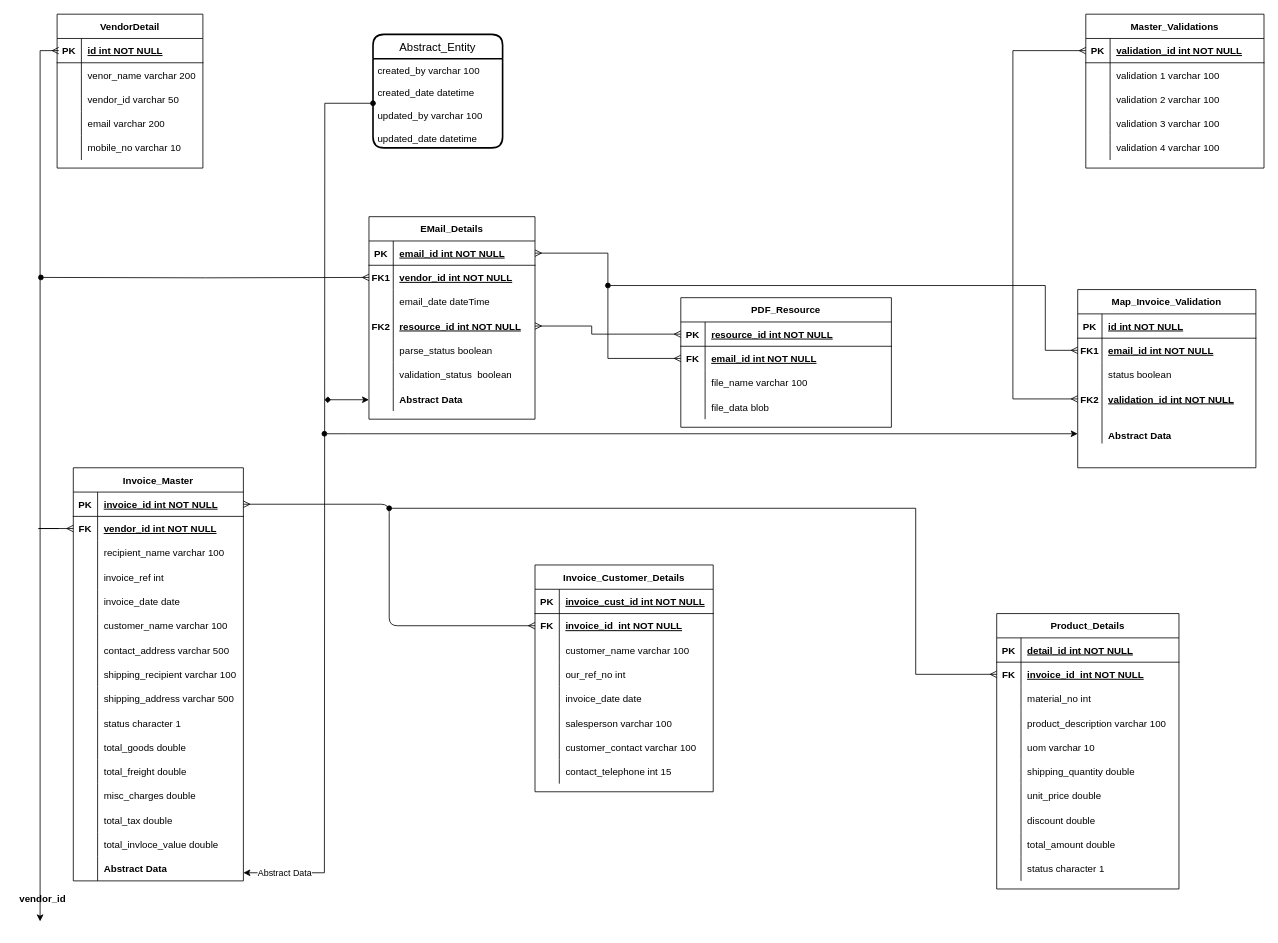
Before: page "Final Parsing Arch" (2 of 3) of Invoice management/Invoice Management Database Architecture.drawio in pratikdimble/Diagram, a draw.io diagram. Source tidied: cells renumbered, new cells numbered last; positions are measured from the earlier drawing's top-left corner, leaving out a move shared by most shapes. Both pictures are drawn from the tidied source at 81%, with x=0, y=0 at pixel (14, 14).
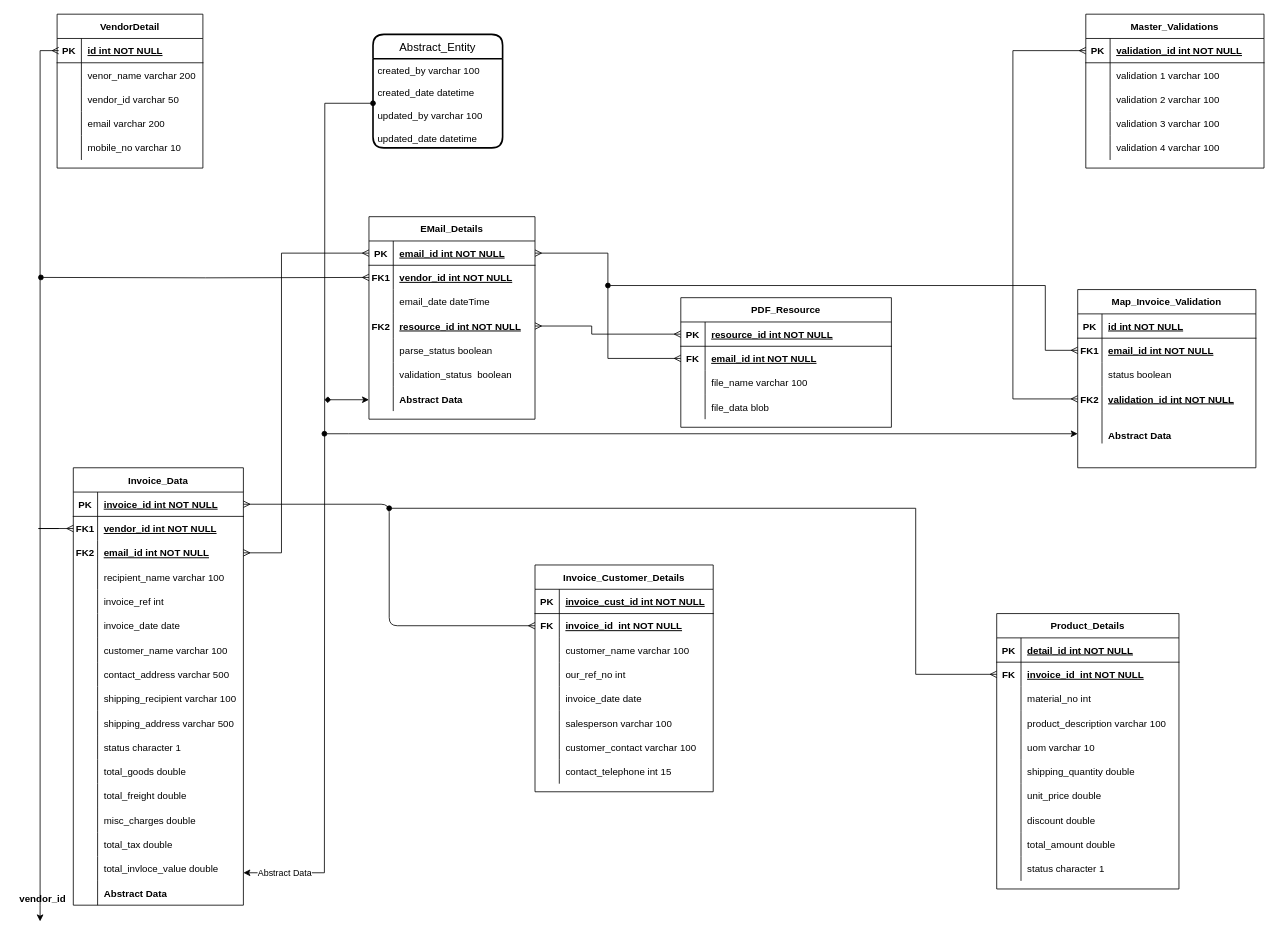
After the change.

Commit message (it also covers changes not shown here):
Added FK to invoice data table

The change refers to these unchanged cells:
```xml
<mxCell id="6" style="shape=partialRectangle;fillColor=none;top=0;left=0;bottom=0;right=0;points=[[0,0.5],[1,0.5]];portConstraint=eastwest;" parent="2" vertex="1">
  <mxGeometry y="60" width="210" height="30" as="geometry" />
</mxCell>
<mxCell id="140" style="shape=partialRectangle;fillColor=none;top=0;left=0;bottom=1;right=0;points=[[0,0.5],[1,0.5]];portConstraint=eastwest;" parent="139" vertex="1">
  <mxGeometry y="30" width="205" height="30" as="geometry" />
</mxCell>
```

Diff of the diagram source:
```diff
@@
-    <mxCell id="2" value="Invoice_Master" style="shape=table;startSize=30;childLayout=tableLayout;rowLines=0;fontStyle=1;align=center;" parent="1" vertex="1">
-      <mxGeometry x="73" y="560" width="210" height="510" as="geometry" />
+    <mxCell id="2" value="Invoice_Data" style="shape=table;startSize=30;childLayout=tableLayout;rowLines=0;fontStyle=1;align=center;" parent="1" vertex="1">
+      <mxGeometry x="73" y="560" width="210" height="540" as="geometry" />
     </mxCell>
@@
-    <mxCell id="7" value="FK" style="shape=partialRectangle;fillColor=none;top=0;left=0;bottom=0;right=0;fontStyle=1;overflow=hidden;" parent="6" vertex="1">
+    <mxCell id="7" value="FK1" style="shape=partialRectangle;fillColor=none;top=0;left=0;bottom=0;right=0;fontStyle=1;overflow=hidden;" parent="6" vertex="1">
       <mxGeometry width="30" height="30" as="geometry" />
     </mxCell>
@@
+    <mxCell id="207" style="shape=partialRectangle;fillColor=none;top=0;left=0;bottom=0;right=0;points=[[0,0.5],[1,0.5]];portConstraint=eastwest;" parent="2" vertex="1">
+      <mxGeometry y="90" width="210" height="30" as="geometry" />
+    </mxCell>
+    <mxCell id="208" value="FK2" style="shape=partialRectangle;fillColor=none;top=0;left=0;bottom=0;right=0;fontStyle=1;overflow=hidden;" parent="207" vertex="1">
+      <mxGeometry width="30" height="30" as="geometry" />
+    </mxCell>
+    <mxCell id="209" value="email_id int NOT NULL" style="shape=partialRectangle;fillColor=none;top=0;left=0;bottom=0;right=0;align=left;spacingLeft=6;fontStyle=5;overflow=hidden;" parent="207" vertex="1">
+      <mxGeometry x="30" width="180" height="30" as="geometry" />
+    </mxCell>
     <mxCell id="9" style="shape=partialRectangle;fillColor=none;top=0;left=0;bottom=0;right=0;" parent="2" vertex="1">
-      <mxGeometry y="90" width="210" height="30" as="geometry" />
+      <mxGeometry y="120" width="210" height="30" as="geometry" />
     </mxCell>
@@
     <mxCell id="12" style="shape=partialRectangle;fillColor=none;top=0;left=0;bottom=0;right=0;" parent="2" vertex="1">
-      <mxGeometry y="120" width="210" height="30" as="geometry" />
+      <mxGeometry y="150" width="210" height="30" as="geometry" />
     </mxCell>
@@
     <mxCell id="15" style="shape=partialRectangle;fillColor=none;top=0;left=0;bottom=0;right=0;" parent="2" vertex="1">
-      <mxGeometry y="150" width="210" height="30" as="geometry" />
+      <mxGeometry y="180" width="210" height="30" as="geometry" />
     </mxCell>
@@
     <mxCell id="18" style="shape=partialRectangle;fillColor=none;top=0;left=0;bottom=0;right=0;" parent="2" vertex="1">
-      <mxGeometry y="180" width="210" height="30" as="geometry" />
+      <mxGeometry y="210" width="210" height="30" as="geometry" />
     </mxCell>
@@
     <mxCell id="21" style="shape=partialRectangle;fillColor=none;top=0;left=0;bottom=0;right=0;" parent="2" vertex="1">
-      <mxGeometry y="210" width="210" height="30" as="geometry" />
+      <mxGeometry y="240" width="210" height="30" as="geometry" />
     </mxCell>
@@
     <mxCell id="24" style="shape=partialRectangle;fillColor=none;top=0;left=0;bottom=0;right=0;" parent="2" vertex="1">
-      <mxGeometry y="240" width="210" height="30" as="geometry" />
+      <mxGeometry y="270" width="210" height="30" as="geometry" />
     </mxCell>
@@
     <mxCell id="27" style="shape=partialRectangle;fillColor=none;top=0;left=0;bottom=0;right=0;" parent="2" vertex="1">
-      <mxGeometry y="270" width="210" height="30" as="geometry" />
+      <mxGeometry y="300" width="210" height="30" as="geometry" />
     </mxCell>
@@
     <mxCell id="30" style="shape=partialRectangle;fillColor=none;top=0;left=0;bottom=0;right=0;" parent="2" vertex="1">
-      <mxGeometry y="300" width="210" height="30" as="geometry" />
+      <mxGeometry y="330" width="210" height="30" as="geometry" />
     </mxCell>
@@
     <mxCell id="33" style="shape=partialRectangle;fillColor=none;top=0;left=0;bottom=0;right=0;" parent="2" vertex="1">
-      <mxGeometry y="330" width="210" height="30" as="geometry" />
+      <mxGeometry y="360" width="210" height="30" as="geometry" />
     </mxCell>
@@
     <mxCell id="36" style="shape=partialRectangle;fillColor=none;top=0;left=0;bottom=0;right=0;" parent="2" vertex="1">
-      <mxGeometry y="360" width="210" height="30" as="geometry" />
+      <mxGeometry y="390" width="210" height="30" as="geometry" />
     </mxCell>
@@
     <mxCell id="39" style="shape=partialRectangle;fillColor=none;top=0;left=0;bottom=0;right=0;" parent="2" vertex="1">
-      <mxGeometry y="390" width="210" height="30" as="geometry" />
+      <mxGeometry y="420" width="210" height="30" as="geometry" />
     </mxCell>
@@
     <mxCell id="42" style="shape=partialRectangle;fillColor=none;top=0;left=0;bottom=0;right=0;" parent="2" vertex="1">
-      <mxGeometry y="420" width="210" height="30" as="geometry" />
+      <mxGeometry y="450" width="210" height="30" as="geometry" />
     </mxCell>
@@
     <mxCell id="45" style="shape=partialRectangle;fillColor=none;top=0;left=0;bottom=0;right=0;" parent="2" vertex="1">
-      <mxGeometry y="450" width="210" height="30" as="geometry" />
+      <mxGeometry y="480" width="210" height="30" as="geometry" />
     </mxCell>
@@
     <mxCell id="48" style="shape=partialRectangle;fillColor=none;top=0;left=0;bottom=0;right=0;" parent="2" vertex="1">
-      <mxGeometry y="480" width="210" height="30" as="geometry" />
+      <mxGeometry y="510" width="210" height="30" as="geometry" />
     </mxCell>
@@
+    <mxCell id="210" style="edgeStyle=orthogonalEdgeStyle;rounded=0;jettySize=auto;html=1;entryX=1;entryY=0.5;entryDx=0;entryDy=0;startArrow=ERmany;startFill=0;endArrow=ERmany;endFill=0;" parent="1" edge="1" source="140" target="207">
+      <mxGeometry relative="1" as="geometry">
+        <Array as="points">
+          <mxPoint x="330" y="295" />
+          <mxPoint x="330" y="665" />
+        </Array>
+      </mxGeometry>
+    </mxCell>
```
